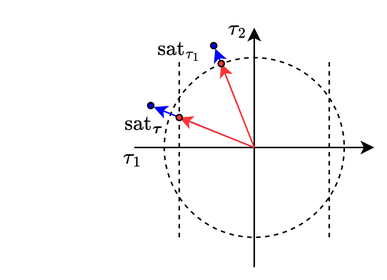
The draw.io diagram src/figures/saturation.drawio.png in KAIST-MIC-Lab/CONAC, before a commit. Source tidied: cells renumbered, new cells last; positions are measured from the earlier drawing's top-left corner, leaving out a move shared by most shapes.
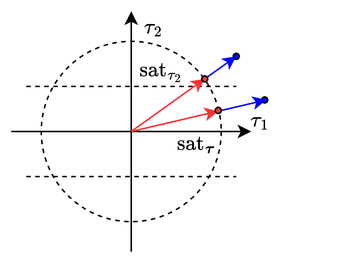
The same diagram one commit later.

The edit, as a diff of the source:
```diff
@@ -5,18 +5,6 @@
     <mxCell id="2" style="ellipse;whiteSpace=wrap;html=1;strokeColor=default;fillColor=none;dashed=1;" parent="1" vertex="1">
       <mxGeometry x="109" y="34" width="120" height="120" as="geometry" />
     </mxCell>
-    <mxCell id="3" style="endArrow=none;html=1;rounded=0;dashed=1;" parent="1" edge="1">
-      <mxGeometry relative="1" as="geometry">
-        <mxPoint x="119" y="154" as="sourcePoint" />
-        <mxPoint x="119" y="34" as="targetPoint" />
-      </mxGeometry>
-    </mxCell>
-    <mxCell id="4" style="endArrow=none;html=1;rounded=0;dashed=1;" parent="1" edge="1">
-      <mxGeometry relative="1" as="geometry">
-        <mxPoint x="219" y="154" as="sourcePoint" />
-        <mxPoint x="219" y="34" as="targetPoint" />
-      </mxGeometry>
-    </mxCell>
     <mxCell id="5" value="lines" parent="0" />
     <mxCell id="6" style="endArrow=classic;html=1;rounded=0;" parent="5" edge="1">
       <mxGeometry relative="1" as="geometry">
@@ -30,56 +18,68 @@
         <mxPoint x="169" y="14" as="targetPoint" />
       </mxGeometry>
     </mxCell>
+    <mxCell id="23" style="endArrow=none;html=1;rounded=0;dashed=1;" parent="5" edge="1">
+      <mxGeometry relative="1" as="geometry">
+        <mxPoint x="99" y="124" as="sourcePoint" />
+        <mxPoint x="239" y="124" as="targetPoint" />
+      </mxGeometry>
+    </mxCell>
+    <mxCell id="24" style="endArrow=none;html=1;rounded=0;dashed=1;" parent="5" edge="1">
+      <mxGeometry relative="1" as="geometry">
+        <mxPoint x="99" y="64" as="sourcePoint" />
+        <mxPoint x="239" y="64" as="targetPoint" />
+      </mxGeometry>
+    </mxCell>
     <mxCell id="8" value="space" parent="0" />
     <mxCell id="9" value="math" parent="0" />
-    <mxCell id="10" value="$$\rm{sat}_{\tau_1}$$" style="text;html=1;align=center;verticalAlign=middle;strokeColor=none;fillColor=none;" parent="9" vertex="1">
-      <mxGeometry x="49" y="14" width="140" height="30" as="geometry" />
+    <mxCell id="10" value="$$\rm{sat}_{\tau_2}$$" style="text;html=1;align=center;verticalAlign=middle;strokeColor=none;fillColor=none;" parent="9" vertex="1">
+      <mxGeometry x="119" y="39" width="140" height="30" as="geometry" />
     </mxCell>
     <mxCell id="11" value="$$\rm{sat}_{\boldsymbol \tau}$$" style="text;html=1;align=center;verticalAlign=middle;strokeColor=none;fillColor=none;" parent="9" vertex="1">
-      <mxGeometry y="63" width="190" height="30" as="geometry" />
+      <mxGeometry x="117" y="87" width="190" height="30" as="geometry" />
     </mxCell>
     <mxCell id="12" value="$$\tau_2$$" style="text;html=1;align=center;verticalAlign=middle;strokeColor=none;fillColor=none;" parent="9" vertex="1">
-      <mxGeometry x="118" width="80" height="30" as="geometry" />
+      <mxGeometry x="144" y="10" width="80" height="30" as="geometry" />
     </mxCell>
     <mxCell id="13" value="$$\tau_1$$" style="text;html=1;align=center;verticalAlign=middle;strokeColor=none;fillColor=none;" parent="9" vertex="1">
-      <mxGeometry x="48" y="86" width="80" height="30" as="geometry" />
+      <mxGeometry x="215" y="72" width="80" height="30" as="geometry" />
     </mxCell>
     <mxCell id="14" value="points" parent="0" />
     <mxCell id="15" style="ellipse;whiteSpace=wrap;html=1;fillColor=#0000FF;" parent="14" vertex="1">
-      <mxGeometry x="98" y="64" width="4" height="4" as="geometry" />
+      <mxGeometry x="256" y="71" width="4" height="4" as="geometry" />
     </mxCell>
     <mxCell id="16" style="ellipse;whiteSpace=wrap;html=1;fillColor=#0000FF;" parent="14" vertex="1">
-      <mxGeometry x="140" y="24" width="4" height="4" as="geometry" />
+      <mxGeometry x="237" y="42" width="4" height="4" as="geometry" />
     </mxCell>
     <mxCell id="17" style="endArrow=classic;html=1;rounded=0;strokeColor=#0000FF;" parent="14" edge="1">
       <mxGeometry relative="1" as="geometry">
         <mxPoint x="169" y="94" as="sourcePoint" />
-        <mxPoint x="102" y="67" as="targetPoint" />
+        <mxPoint x="259" y="73" as="targetPoint" />
       </mxGeometry>
     </mxCell>
     <mxCell id="18" style="endArrow=classic;html=1;rounded=0;fillColor=#e51400;strokeColor=#FF3333;" parent="14" edge="1">
       <mxGeometry relative="1" as="geometry">
         <mxPoint x="169" y="94" as="sourcePoint" />
-        <mxPoint x="119" y="74" as="targetPoint" />
+        <mxPoint x="227" y="80.5" as="targetPoint" />
       </mxGeometry>
     </mxCell>
     <mxCell id="19" style="endArrow=classic;html=1;rounded=0;strokeColor=#0000FF;" parent="14" edge="1">
       <mxGeometry relative="1" as="geometry">
         <mxPoint x="169" y="94" as="sourcePoint" />
-        <mxPoint x="143" y="28" as="targetPoint" />
+        <mxPoint x="239" y="44" as="targetPoint" />
       </mxGeometry>
     </mxCell>
     <mxCell id="20" style="endArrow=classic;html=1;rounded=0;fillColor=#e51400;strokeColor=#FF3333;" parent="14" edge="1">
       <mxGeometry relative="1" as="geometry">
         <mxPoint x="169" y="94" as="sourcePoint" />
-        <mxPoint x="147" y="38" as="targetPoint" />
+        <mxPoint x="218" y="59" as="targetPoint" />
       </mxGeometry>
     </mxCell>
     <mxCell id="21" style="ellipse;whiteSpace=wrap;html=1;fillColor=#FF3333;" parent="14" vertex="1">
-      <mxGeometry x="145" y="36" width="4" height="4" as="geometry" />
+      <mxGeometry x="216" y="57" width="4" height="4" as="geometry" />
     </mxCell>
     <mxCell id="22" style="ellipse;whiteSpace=wrap;html=1;fillColor=#FF3333;" parent="14" vertex="1">
-      <mxGeometry x="117" y="72" width="4" height="4" as="geometry" />
+      <mxGeometry x="225" y="78" width="4" height="4" as="geometry" />
     </mxCell>
   </root>
 </mxGraphModel>
```
